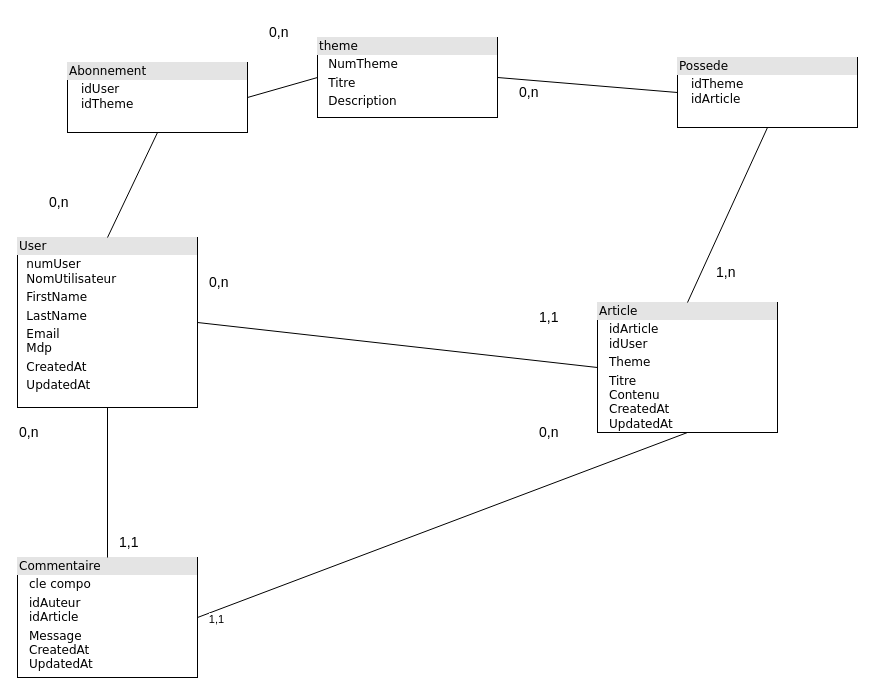
Earlier version of the draw.io diagram page "Page-2" (2 of 2) of bdd/MCD-mld.drawio (G-Wald/MDD). Source tidied: cells renumbered, new cells numbered last; positions are measured from the earlier drawing's top-left corner, leaving out a move shared by most shapes. Both pictures are drawn from the tidied source at 100%, with x=0, y=0 at pixel (17, 17).
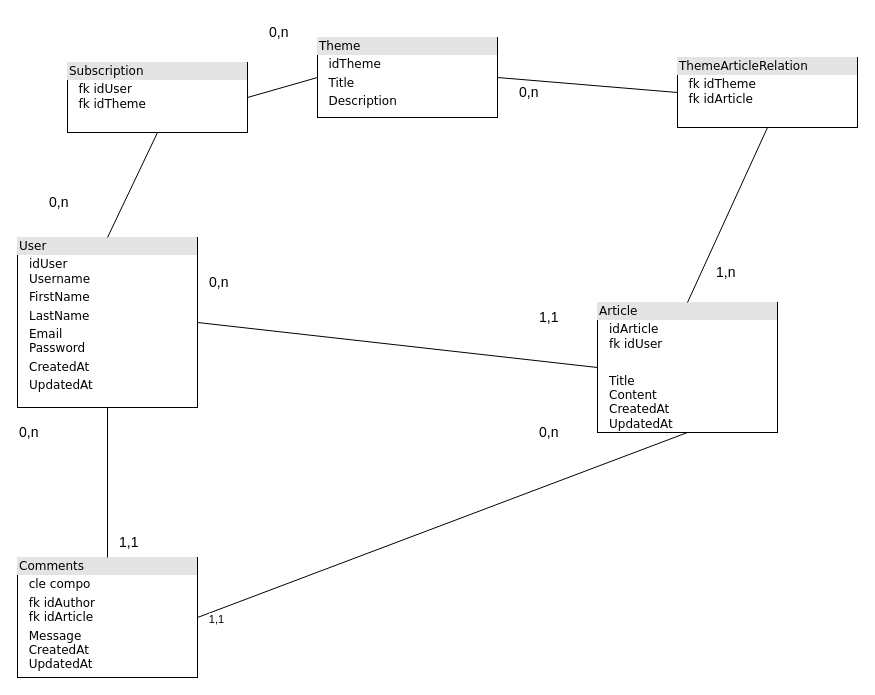
After the change.

What changed in the source:
```diff
@@
-    <mxCell id="2" value="&lt;div style=&quot;box-sizing: border-box ; width: 100% ; background: #e4e4e4 ; padding: 2px&quot;&gt;Article&lt;/div&gt;&lt;table style=&quot;width: 100% ; font-size: 1em&quot; cellspacing=&quot;0&quot; cellpadding=&quot;2&quot;&gt;&lt;tbody&gt;&lt;tr&gt;&lt;td&gt;&lt;br&gt;&lt;/td&gt;&lt;td&gt;idArticle&lt;br&gt;idUser&lt;/td&gt;&lt;/tr&gt;&lt;tr&gt;&lt;td&gt;&lt;br&gt;&lt;/td&gt;&lt;td&gt;Theme&lt;br&gt;&lt;/td&gt;&lt;/tr&gt;&lt;tr&gt;&lt;td&gt;&lt;br&gt;&lt;/td&gt;&lt;td&gt;Titre&lt;br&gt;Contenu&lt;br&gt;CreatedAt&lt;br&gt;UpdatedAt&lt;br&gt;&lt;br&gt;&lt;br&gt;&lt;/td&gt;&lt;/tr&gt;&lt;tr&gt;&lt;td&gt;&lt;br&gt;&lt;/td&gt;&lt;td&gt;&lt;br&gt;&lt;/td&gt;&lt;/tr&gt;&lt;/tbody&gt;&lt;/table&gt;" style="verticalAlign=top;align=left;overflow=fill;html=1;rounded=0;shadow=0;comic=0;labelBackgroundColor=none;strokeWidth=1;fontFamily=Verdana;fontSize=12;" parent="1" vertex="1">
+    <mxCell id="2" value="&lt;div style=&quot;box-sizing: border-box ; width: 100% ; background: #e4e4e4 ; padding: 2px&quot;&gt;Article&lt;/div&gt;&lt;table style=&quot;width: 100% ; font-size: 1em&quot; cellspacing=&quot;0&quot; cellpadding=&quot;2&quot;&gt;&lt;tbody&gt;&lt;tr&gt;&lt;td&gt;&lt;br&gt;&lt;/td&gt;&lt;td&gt;idArticle&lt;br&gt;fk idUser&lt;/td&gt;&lt;/tr&gt;&lt;tr&gt;&lt;td&gt;&lt;br&gt;&lt;/td&gt;&lt;td&gt;&lt;br&gt;&lt;/td&gt;&lt;/tr&gt;&lt;tr&gt;&lt;td&gt;&lt;br&gt;&lt;/td&gt;&lt;td&gt;Title&lt;br&gt;Content&lt;br&gt;CreatedAt&lt;br&gt;UpdatedAt&lt;br&gt;&lt;br&gt;&lt;br&gt;&lt;/td&gt;&lt;/tr&gt;&lt;tr&gt;&lt;td&gt;&lt;br&gt;&lt;/td&gt;&lt;td&gt;&lt;br&gt;&lt;/td&gt;&lt;/tr&gt;&lt;/tbody&gt;&lt;/table&gt;" style="verticalAlign=top;align=left;overflow=fill;html=1;rounded=0;shadow=0;comic=0;labelBackgroundColor=none;strokeWidth=1;fontFamily=Verdana;fontSize=12;" parent="1" vertex="1">
       <mxGeometry x="580" y="285" width="180" height="130" as="geometry" />
     </mxCell>
-    <mxCell id="3" value="&lt;div style=&quot;box-sizing:border-box;width:100%;background:#e4e4e4;padding:2px;&quot;&gt;Commentaire&lt;br&gt;&lt;/div&gt;&lt;table style=&quot;width:100%;font-size:1em;&quot; cellspacing=&quot;0&quot; cellpadding=&quot;2&quot;&gt;&lt;tbody&gt;&lt;tr&gt;&lt;td&gt;&lt;br&gt;&lt;/td&gt;&lt;td&gt;cle compo&lt;br&gt;&lt;/td&gt;&lt;/tr&gt;&lt;tr&gt;&lt;td&gt;&lt;br&gt;&lt;/td&gt;&lt;td&gt;idAuteur&lt;br&gt;idArticle&lt;br&gt;&lt;/td&gt;&lt;/tr&gt;&lt;tr&gt;&lt;td&gt;&lt;br&gt;&lt;/td&gt;&lt;td&gt;Message&lt;br&gt;CreatedAt&lt;br&gt;UpdatedAt&lt;/td&gt;&lt;/tr&gt;&lt;/tbody&gt;&lt;/table&gt;" style="verticalAlign=top;align=left;overflow=fill;html=1;rounded=0;shadow=0;comic=0;labelBackgroundColor=none;strokeWidth=1;fontFamily=Verdana;fontSize=12;" parent="1" vertex="1">
+    <mxCell id="3" value="&lt;div style=&quot;box-sizing:border-box;width:100%;background:#e4e4e4;padding:2px;&quot;&gt;Comments&lt;br&gt;&lt;/div&gt;&lt;table style=&quot;width:100%;font-size:1em;&quot; cellspacing=&quot;0&quot; cellpadding=&quot;2&quot;&gt;&lt;tbody&gt;&lt;tr&gt;&lt;td&gt;&lt;br&gt;&lt;/td&gt;&lt;td&gt;cle compo&lt;br&gt;&lt;/td&gt;&lt;/tr&gt;&lt;tr&gt;&lt;td&gt;&lt;br&gt;&lt;/td&gt;&lt;td&gt;fk idAuthor&lt;br&gt;fk idArticle&lt;br&gt;&lt;/td&gt;&lt;/tr&gt;&lt;tr&gt;&lt;td&gt;&lt;br&gt;&lt;/td&gt;&lt;td&gt;Message&lt;br&gt;CreatedAt&lt;br&gt;UpdatedAt&lt;/td&gt;&lt;/tr&gt;&lt;/tbody&gt;&lt;/table&gt;" style="verticalAlign=top;align=left;overflow=fill;html=1;rounded=0;shadow=0;comic=0;labelBackgroundColor=none;strokeWidth=1;fontFamily=Verdana;fontSize=12;" parent="1" vertex="1">
       <mxGeometry y="540" width="180" height="120" as="geometry" />
     </mxCell>
@@
-    <mxCell id="6" value="&lt;div style=&quot;box-sizing: border-box ; width: 100% ; background: #e4e4e4 ; padding: 2px&quot;&gt;User&lt;br&gt;&lt;/div&gt;&lt;table style=&quot;width: 100% ; font-size: 1em&quot; cellspacing=&quot;0&quot; cellpadding=&quot;2&quot;&gt;&lt;tbody&gt;&lt;tr&gt;&lt;td&gt;&lt;br&gt;&lt;/td&gt;&lt;td&gt;numUser&lt;br&gt;NomUtilisateur&lt;br&gt;&lt;/td&gt;&lt;/tr&gt;&lt;tr&gt;&lt;td&gt;&lt;br&gt;&lt;/td&gt;&lt;td&gt;FirstName&lt;br&gt;&lt;/td&gt;&lt;/tr&gt;&lt;tr&gt;&lt;td&gt;&lt;br&gt;&lt;/td&gt;&lt;td&gt;LastName&lt;br&gt;&lt;/td&gt;&lt;/tr&gt;&lt;tr&gt;&lt;td&gt;&lt;br&gt;&lt;/td&gt;&lt;td&gt;Email&lt;br&gt;Mdp&lt;br&gt;&lt;/td&gt;&lt;/tr&gt;&lt;tr&gt;&lt;td&gt;&lt;br&gt;&lt;/td&gt;&lt;td&gt;CreatedAt&lt;br&gt;&lt;/td&gt;&lt;/tr&gt;&lt;tr&gt;&lt;td&gt;&lt;br&gt;&lt;/td&gt;&lt;td&gt;UpdatedAt&lt;br&gt;&lt;br&gt;&lt;/td&gt;&lt;/tr&gt;&lt;/tbody&gt;&lt;/table&gt;" style="verticalAlign=top;align=left;overflow=fill;html=1;rounded=0;shadow=0;comic=0;labelBackgroundColor=none;strokeWidth=1;fontFamily=Verdana;fontSize=12;" parent="1" vertex="1">
+    <mxCell id="6" value="&lt;div style=&quot;box-sizing: border-box ; width: 100% ; background: #e4e4e4 ; padding: 2px&quot;&gt;User&lt;br&gt;&lt;/div&gt;&lt;table style=&quot;width: 100% ; font-size: 1em&quot; cellspacing=&quot;0&quot; cellpadding=&quot;2&quot;&gt;&lt;tbody&gt;&lt;tr&gt;&lt;td&gt;&lt;br&gt;&lt;/td&gt;&lt;td&gt;idUser&lt;br&gt;Username&lt;br&gt;&lt;/td&gt;&lt;/tr&gt;&lt;tr&gt;&lt;td&gt;&lt;br&gt;&lt;/td&gt;&lt;td&gt;FirstName&lt;br&gt;&lt;/td&gt;&lt;/tr&gt;&lt;tr&gt;&lt;td&gt;&lt;br&gt;&lt;/td&gt;&lt;td&gt;LastName&lt;br&gt;&lt;/td&gt;&lt;/tr&gt;&lt;tr&gt;&lt;td&gt;&lt;br&gt;&lt;/td&gt;&lt;td&gt;Email&lt;br&gt;Password&lt;br&gt;&lt;/td&gt;&lt;/tr&gt;&lt;tr&gt;&lt;td&gt;&lt;br&gt;&lt;/td&gt;&lt;td&gt;CreatedAt&lt;br&gt;&lt;/td&gt;&lt;/tr&gt;&lt;tr&gt;&lt;td&gt;&lt;br&gt;&lt;/td&gt;&lt;td&gt;UpdatedAt&lt;br&gt;&lt;br&gt;&lt;/td&gt;&lt;/tr&gt;&lt;/tbody&gt;&lt;/table&gt;" style="verticalAlign=top;align=left;overflow=fill;html=1;rounded=0;shadow=0;comic=0;labelBackgroundColor=none;strokeWidth=1;fontFamily=Verdana;fontSize=12;" parent="1" vertex="1">
       <mxGeometry y="220" width="180" height="170" as="geometry" />
     </mxCell>
@@
-    <mxCell id="13" value="&lt;div style=&quot;box-sizing: border-box ; width: 100% ; background: #e4e4e4 ; padding: 2px&quot;&gt;theme&lt;/div&gt;&lt;table style=&quot;width: 100% ; font-size: 1em&quot; cellspacing=&quot;0&quot; cellpadding=&quot;2&quot;&gt;&lt;tbody&gt;&lt;tr&gt;&lt;td&gt;&lt;br&gt;&lt;/td&gt;&lt;td&gt;NumTheme&lt;br&gt;&lt;/td&gt;&lt;/tr&gt;&lt;tr&gt;&lt;td&gt;&lt;br&gt;&lt;/td&gt;&lt;td&gt;Titre&lt;br&gt;&lt;/td&gt;&lt;/tr&gt;&lt;tr&gt;&lt;td&gt;&lt;br&gt;&lt;/td&gt;&lt;td&gt;Description&lt;br&gt;&lt;br&gt;&lt;br&gt;&lt;/td&gt;&lt;/tr&gt;&lt;tr&gt;&lt;td&gt;&lt;br&gt;&lt;/td&gt;&lt;td&gt;&lt;br&gt;&lt;/td&gt;&lt;/tr&gt;&lt;/tbody&gt;&lt;/table&gt;" style="verticalAlign=top;align=left;overflow=fill;html=1;rounded=0;shadow=0;comic=0;labelBackgroundColor=none;strokeWidth=1;fontFamily=Verdana;fontSize=12;" parent="1" vertex="1">
+    <mxCell id="13" value="&lt;div style=&quot;box-sizing: border-box ; width: 100% ; background: #e4e4e4 ; padding: 2px&quot;&gt;Theme&lt;/div&gt;&lt;table style=&quot;width: 100% ; font-size: 1em&quot; cellspacing=&quot;0&quot; cellpadding=&quot;2&quot;&gt;&lt;tbody&gt;&lt;tr&gt;&lt;td&gt;&lt;br&gt;&lt;/td&gt;&lt;td&gt;idTheme&lt;br&gt;&lt;/td&gt;&lt;/tr&gt;&lt;tr&gt;&lt;td&gt;&lt;br&gt;&lt;/td&gt;&lt;td&gt;Title&lt;br&gt;&lt;/td&gt;&lt;/tr&gt;&lt;tr&gt;&lt;td&gt;&lt;br&gt;&lt;/td&gt;&lt;td&gt;Description&lt;br&gt;&lt;br&gt;&lt;br&gt;&lt;/td&gt;&lt;/tr&gt;&lt;tr&gt;&lt;td&gt;&lt;br&gt;&lt;/td&gt;&lt;td&gt;&lt;br&gt;&lt;/td&gt;&lt;/tr&gt;&lt;/tbody&gt;&lt;/table&gt;" style="verticalAlign=top;align=left;overflow=fill;html=1;rounded=0;shadow=0;comic=0;labelBackgroundColor=none;strokeWidth=1;fontFamily=Verdana;fontSize=12;" parent="1" vertex="1">
       <mxGeometry x="300" y="20" width="180" height="80" as="geometry" />
     </mxCell>
@@
-    <mxCell id="23" value="&lt;div style=&quot;box-sizing: border-box ; width: 100% ; background: #e4e4e4 ; padding: 2px&quot;&gt;Abonnement&lt;br&gt;&lt;/div&gt;&lt;table style=&quot;width: 100% ; font-size: 1em&quot; cellspacing=&quot;0&quot; cellpadding=&quot;2&quot;&gt;&lt;tbody&gt;&lt;tr&gt;&lt;td&gt;&lt;br&gt;&lt;/td&gt;&lt;td&gt;idUser&lt;br&gt;idTheme&lt;br&gt;&lt;/td&gt;&lt;/tr&gt;&lt;tr&gt;&lt;td&gt;&lt;br&gt;&lt;/td&gt;&lt;td&gt;&lt;br&gt;&lt;/td&gt;&lt;/tr&gt;&lt;tr&gt;&lt;td&gt;&lt;br&gt;&lt;/td&gt;&lt;td&gt;&lt;br&gt;&lt;/td&gt;&lt;/tr&gt;&lt;tr&gt;&lt;td&gt;&lt;br&gt;&lt;/td&gt;&lt;td&gt;&lt;br&gt;&lt;/td&gt;&lt;/tr&gt;&lt;tr&gt;&lt;td&gt;&lt;br&gt;&lt;/td&gt;&lt;td&gt;&lt;br&gt;&lt;/td&gt;&lt;/tr&gt;&lt;tr&gt;&lt;td&gt;&lt;br&gt;&lt;/td&gt;&lt;td&gt;&lt;br&gt;&lt;/td&gt;&lt;/tr&gt;&lt;/tbody&gt;&lt;/table&gt;" style="verticalAlign=top;align=left;overflow=fill;html=1;rounded=0;shadow=0;comic=0;labelBackgroundColor=none;strokeWidth=1;fontFamily=Verdana;fontSize=12;" parent="1" vertex="1">
+    <mxCell id="23" value="&lt;div style=&quot;box-sizing: border-box ; width: 100% ; background: #e4e4e4 ; padding: 2px&quot;&gt;Subscription&lt;br&gt;&lt;/div&gt;&lt;table style=&quot;width: 100% ; font-size: 1em&quot; cellspacing=&quot;0&quot; cellpadding=&quot;2&quot;&gt;&lt;tbody&gt;&lt;tr&gt;&lt;td&gt;&lt;br&gt;&lt;/td&gt;&lt;td&gt;fk idUser&lt;br&gt;fk idTheme&lt;br&gt;&lt;/td&gt;&lt;/tr&gt;&lt;tr&gt;&lt;td&gt;&lt;br&gt;&lt;/td&gt;&lt;td&gt;&lt;br&gt;&lt;/td&gt;&lt;/tr&gt;&lt;tr&gt;&lt;td&gt;&lt;br&gt;&lt;/td&gt;&lt;td&gt;&lt;br&gt;&lt;/td&gt;&lt;/tr&gt;&lt;tr&gt;&lt;td&gt;&lt;br&gt;&lt;/td&gt;&lt;td&gt;&lt;br&gt;&lt;/td&gt;&lt;/tr&gt;&lt;tr&gt;&lt;td&gt;&lt;br&gt;&lt;/td&gt;&lt;td&gt;&lt;br&gt;&lt;/td&gt;&lt;/tr&gt;&lt;tr&gt;&lt;td&gt;&lt;br&gt;&lt;/td&gt;&lt;td&gt;&lt;br&gt;&lt;/td&gt;&lt;/tr&gt;&lt;/tbody&gt;&lt;/table&gt;" style="verticalAlign=top;align=left;overflow=fill;html=1;rounded=0;shadow=0;comic=0;labelBackgroundColor=none;strokeWidth=1;fontFamily=Verdana;fontSize=12;" parent="1" vertex="1">
       <mxGeometry x="50" y="45" width="180" height="70" as="geometry" />
     </mxCell>
-    <mxCell id="24" value="&lt;div style=&quot;box-sizing: border-box ; width: 100% ; background: #e4e4e4 ; padding: 2px&quot;&gt;Possede&lt;br&gt;&lt;/div&gt;&lt;table style=&quot;width: 100% ; font-size: 1em&quot; cellspacing=&quot;0&quot; cellpadding=&quot;2&quot;&gt;&lt;tbody&gt;&lt;tr&gt;&lt;td&gt;&lt;br&gt;&lt;/td&gt;&lt;td&gt;idTheme&lt;br&gt;idArticle&lt;br&gt;&lt;/td&gt;&lt;/tr&gt;&lt;tr&gt;&lt;td&gt;&lt;br&gt;&lt;/td&gt;&lt;td&gt;&lt;br&gt;&lt;/td&gt;&lt;/tr&gt;&lt;tr&gt;&lt;td&gt;&lt;br&gt;&lt;/td&gt;&lt;td&gt;&lt;br&gt;&lt;/td&gt;&lt;/tr&gt;&lt;tr&gt;&lt;td&gt;&lt;br&gt;&lt;/td&gt;&lt;td&gt;&lt;br&gt;&lt;/td&gt;&lt;/tr&gt;&lt;tr&gt;&lt;td&gt;&lt;br&gt;&lt;/td&gt;&lt;td&gt;&lt;br&gt;&lt;/td&gt;&lt;/tr&gt;&lt;tr&gt;&lt;td&gt;&lt;br&gt;&lt;/td&gt;&lt;td&gt;&lt;br&gt;&lt;/td&gt;&lt;/tr&gt;&lt;/tbody&gt;&lt;/table&gt;" style="verticalAlign=top;align=left;overflow=fill;html=1;rounded=0;shadow=0;comic=0;labelBackgroundColor=none;strokeWidth=1;fontFamily=Verdana;fontSize=12;" parent="1" vertex="1">
+    <mxCell id="24" value="&lt;div style=&quot;box-sizing: border-box ; width: 100% ; background: #e4e4e4 ; padding: 2px&quot;&gt;ThemeArticleRelation&lt;br&gt;&lt;/div&gt;&lt;table style=&quot;width: 100% ; font-size: 1em&quot; cellspacing=&quot;0&quot; cellpadding=&quot;2&quot;&gt;&lt;tbody&gt;&lt;tr&gt;&lt;td&gt;&lt;br&gt;&lt;/td&gt;&lt;td&gt;fk idTheme&lt;br&gt;fk idArticle&lt;br&gt;&lt;/td&gt;&lt;/tr&gt;&lt;tr&gt;&lt;td&gt;&lt;br&gt;&lt;/td&gt;&lt;td&gt;&lt;br&gt;&lt;/td&gt;&lt;/tr&gt;&lt;tr&gt;&lt;td&gt;&lt;br&gt;&lt;/td&gt;&lt;td&gt;&lt;br&gt;&lt;/td&gt;&lt;/tr&gt;&lt;tr&gt;&lt;td&gt;&lt;br&gt;&lt;/td&gt;&lt;td&gt;&lt;br&gt;&lt;/td&gt;&lt;/tr&gt;&lt;tr&gt;&lt;td&gt;&lt;br&gt;&lt;/td&gt;&lt;td&gt;&lt;br&gt;&lt;/td&gt;&lt;/tr&gt;&lt;tr&gt;&lt;td&gt;&lt;br&gt;&lt;/td&gt;&lt;td&gt;&lt;br&gt;&lt;/td&gt;&lt;/tr&gt;&lt;/tbody&gt;&lt;/table&gt;" style="verticalAlign=top;align=left;overflow=fill;html=1;rounded=0;shadow=0;comic=0;labelBackgroundColor=none;strokeWidth=1;fontFamily=Verdana;fontSize=12;" parent="1" vertex="1">
       <mxGeometry x="660" y="40" width="180" height="70" as="geometry" />
     </mxCell>
```
